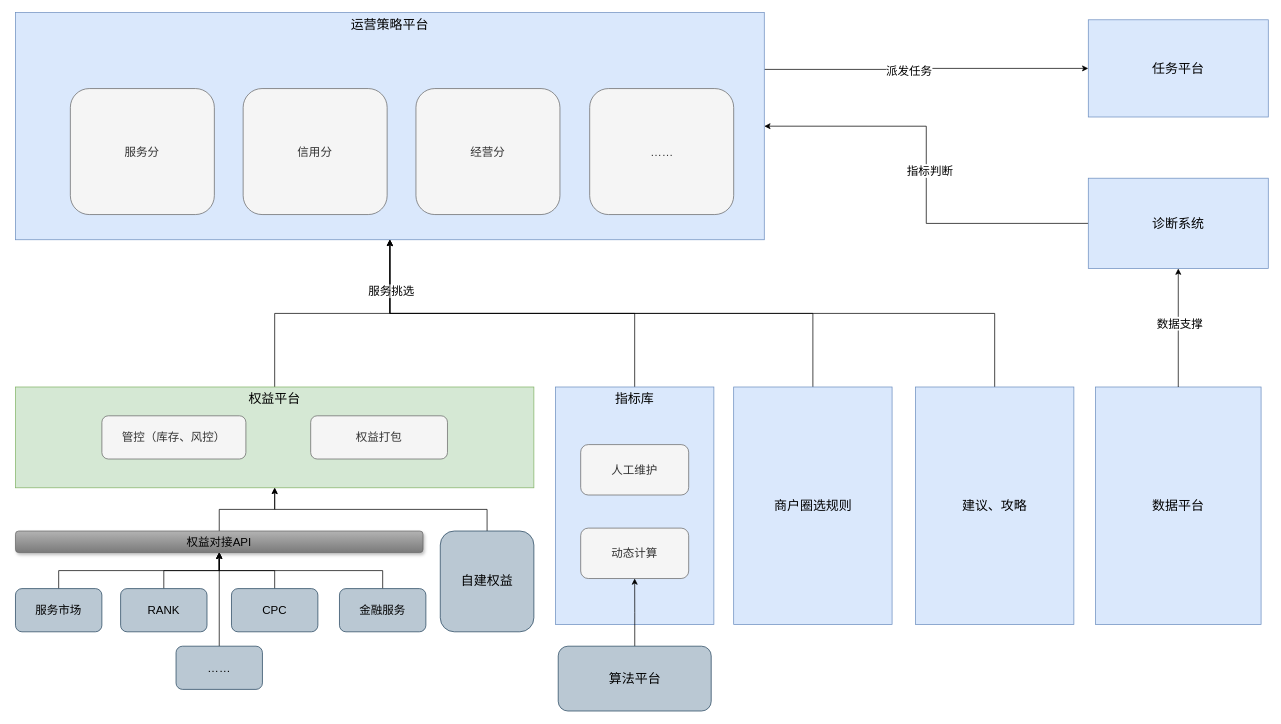
Before: page "应用架构" (2 of 4) of 服务分架构图.drawio in jon-kong/draw.io, a draw.io diagram. Source tidied: cells renumbered, new cells numbered last; positions are measured from the earlier drawing's top-left corner, leaving out a move shared by most shapes. Both pictures are drawn from the tidied source at 72%, with x=0, y=0 at pixel (15, 12).
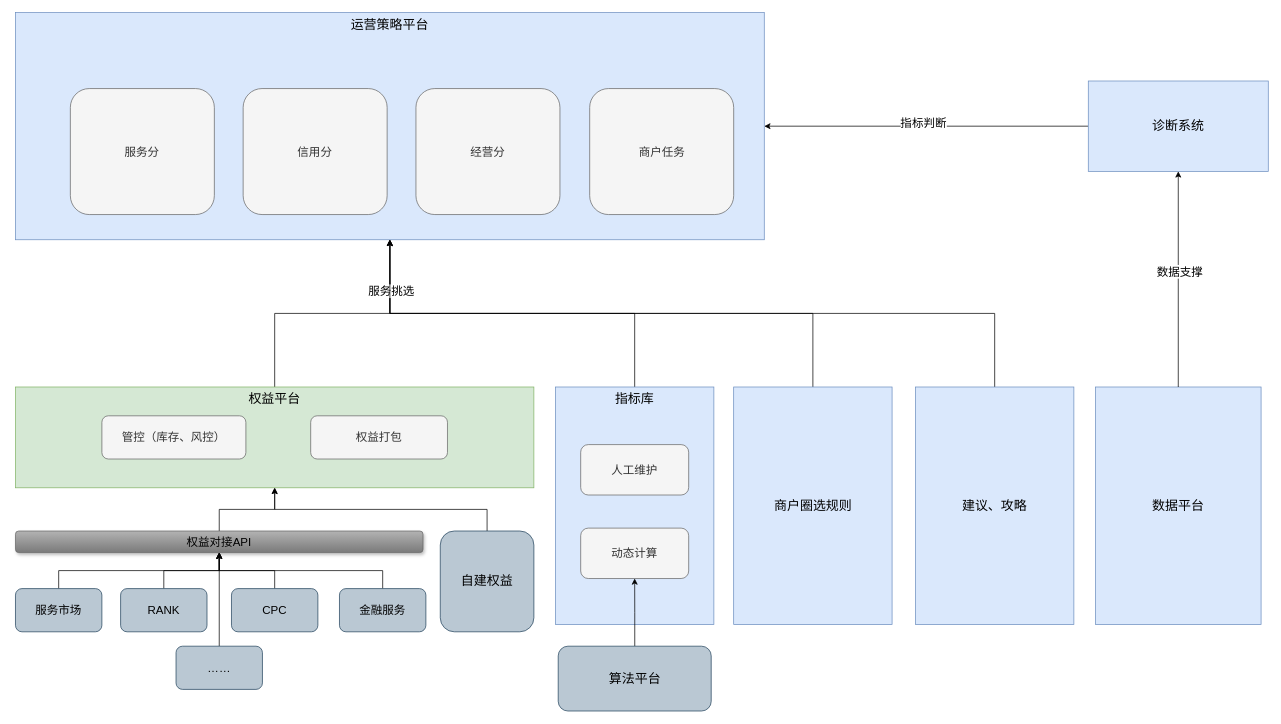
The same page after the edit.

Commit message:
Update 商户成长架构图.drawio

The change refers to these unchanged cells:
```xml
<mxCell id="22" value="运营策略平台" style="rounded=0;whiteSpace=wrap;html=1;align=center;fontSize=18;fillColor=#dae8fc;strokeColor=#6c8ebf;spacingLeft=0;verticalAlign=top;" parent="1" vertex="1">
  <mxGeometry width="1040" height="315.5" as="geometry" />
</mxCell>
```

What changed in the source:
```diff
@@
-    <mxCell id="20" style="edgeStyle=orthogonalEdgeStyle;rounded=0;jettySize=auto;html=1;exitX=1;exitY=0.25;exitDx=0;exitDy=0;entryX=0;entryY=0.5;entryDx=0;entryDy=0;startArrow=none;startFill=0;endArrow=classic;endFill=1;fontSize=16;fontColor=#000000;" parent="1" edge="1" source="22" target="29">
-      <mxGeometry relative="1" as="geometry" />
-    </mxCell>
-    <mxCell id="21" value="派发任务" style="text;html=1;align=center;verticalAlign=middle;labelBackgroundColor=#ffffff;fontSize=16;fontColor=#000000;" parent="20" vertex="1">
-      <mxGeometry x="-0.11" y="-2" relative="1" as="geometry" />
-    </mxCell>
@@
-    <mxCell id="29" value="任务平台" style="rounded=0;whiteSpace=wrap;html=1;align=center;fontSize=18;fillColor=#dae8fc;strokeColor=#6c8ebf;verticalAlign=middle;" parent="1" vertex="1">
-      <mxGeometry x="1490" y="10" width="250" height="135" as="geometry" />
-    </mxCell>
@@
     <mxCell id="35" value="诊断系统" style="rounded=0;whiteSpace=wrap;html=1;align=center;fontSize=18;fillColor=#dae8fc;strokeColor=#6c8ebf;verticalAlign=middle;" parent="1" vertex="1">
-      <mxGeometry x="1490" y="230" width="250" height="125.5" as="geometry" />
+      <mxGeometry x="1490" y="95" width="250" height="125.5" as="geometry" />
     </mxCell>
@@
-    <mxCell id="44" value="……" style="rounded=1;whiteSpace=wrap;html=1;shadow=0;glass=0;comic=0;labelBackgroundColor=none;fillColor=#f5f5f5;fontSize=16;fontColor=#333333;align=center;strokeColor=#666666;" parent="1" vertex="1">
+    <mxCell id="44" value="商户任务" style="rounded=1;whiteSpace=wrap;html=1;shadow=0;glass=0;comic=0;labelBackgroundColor=none;fillColor=#f5f5f5;fontSize=16;fontColor=#333333;align=center;strokeColor=#666666;" parent="1" vertex="1">
       <mxGeometry x="797.5" y="105.5" width="200" height="175" as="geometry" />
     </mxCell>
```
